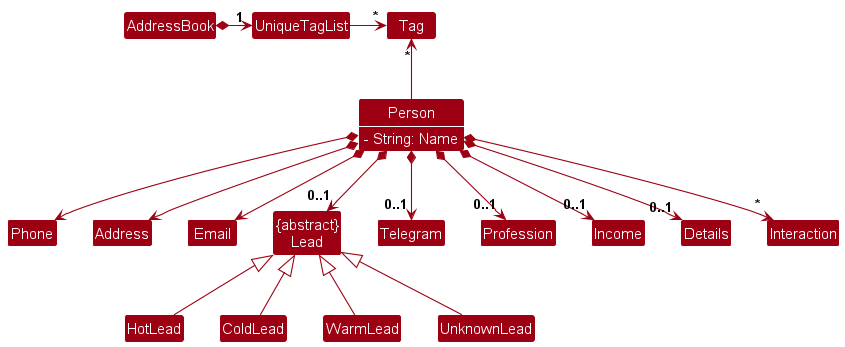
Before: docs/images/BetterModelClassDiagram.png, a diagram exported from PlantUML (nus-cs2103-AY2324S1/tp).
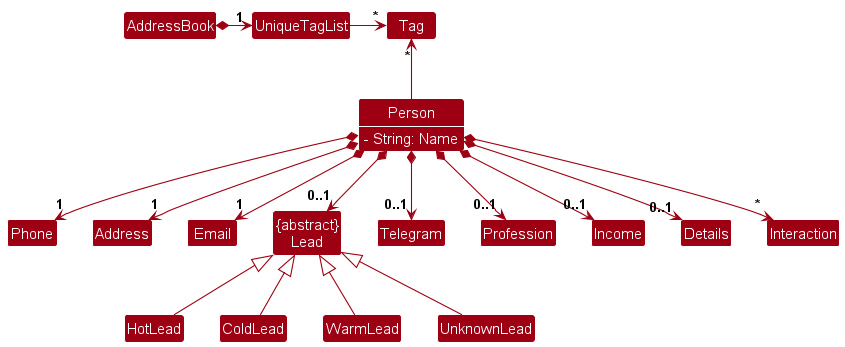
After the commit.

What changed in the source:
```diff
@@ -17,9 +17,9 @@
 
 Person -up-> "*" Tag
 
-Person *--> Phone
-Person *--> Email
-Person *--> Address
+Person *--> "1" Phone
+Person *--> "1" Email
+Person *--> "1" Address
 
 Person *--> "0..1" Telegram
 Person *--> "0..1" Lead
```
